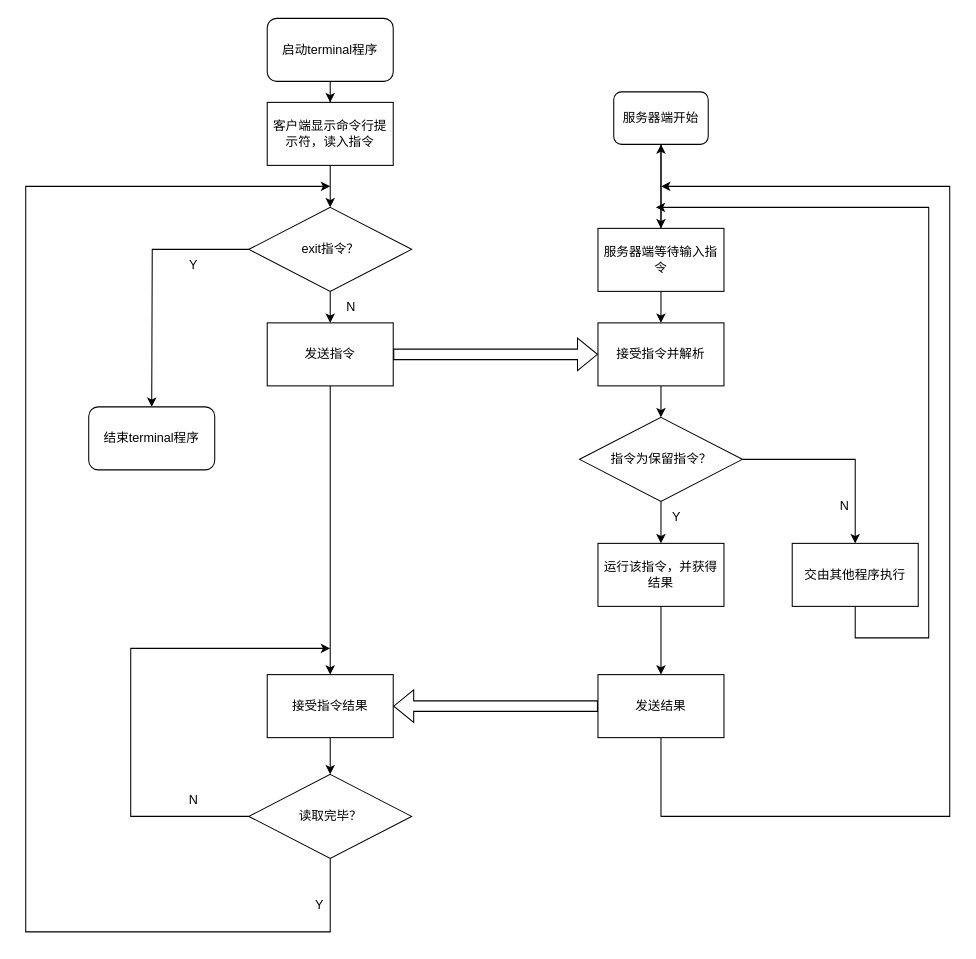
This is page "Terminal程序流程图" (3 of 6) of Task2.drawio from moui66744/NetDesign, a draw.io file, before an edit. Source tidied: cells renumbered, new cells numbered last; positions are measured from the earlier drawing's top-left corner, leaving out a move shared by most shapes. Both pictures are drawn from the tidied source at 105%, with x=0, y=0 at pixel (25, 18).
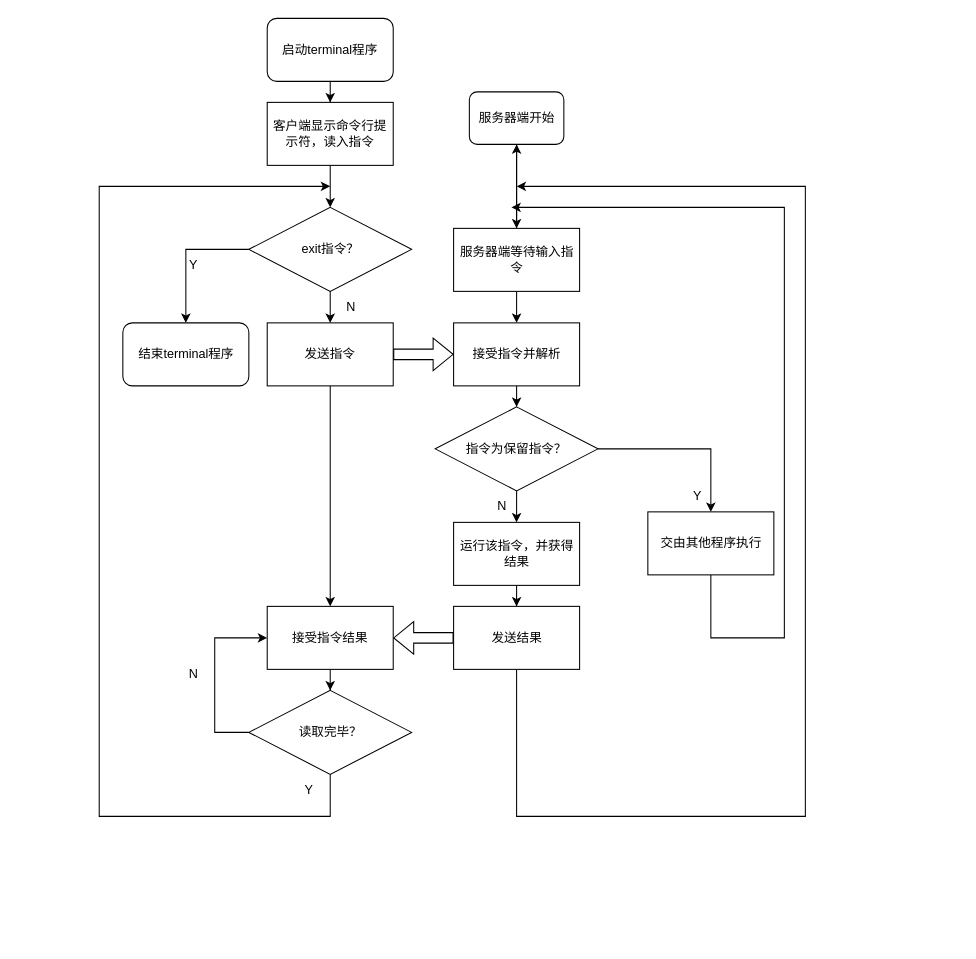
Above is the later version.

The change refers to these unchanged cells:
```xml
<mxCell id="35" value="exit指令？" style="rhombus;whiteSpace=wrap;html=1;" parent="1" vertex="1">
  <mxGeometry x="212.5" y="180" width="155" height="80" as="geometry" />
</mxCell>
```

Diff of the diagram source:
```diff
@@
     <mxCell id="7" value="服务器端开始" style="rounded=1;whiteSpace=wrap;html=1;" parent="1" vertex="1">
-      <mxGeometry x="560" y="70" width="90" height="50" as="geometry" />
+      <mxGeometry x="422.5" y="70" width="90" height="50" as="geometry" />
     </mxCell>
@@
     <mxCell id="12" value="服务器端等待输入指令" style="rounded=0;whiteSpace=wrap;html=1;" parent="1" vertex="1">
-      <mxGeometry x="545" y="200" width="120" height="60" as="geometry" />
+      <mxGeometry x="407.5" y="200" width="120" height="60" as="geometry" />
     </mxCell>
@@
     <mxCell id="14" value="接受指令并解析" style="rounded=0;whiteSpace=wrap;html=1;" parent="1" vertex="1">
-      <mxGeometry x="545" y="290" width="120" height="60" as="geometry" />
+      <mxGeometry x="407.5" y="290" width="120" height="60" as="geometry" />
     </mxCell>
@@
     <mxCell id="17" value="指令为保留指令？" style="rhombus;whiteSpace=wrap;html=1;" parent="1" vertex="1">
-      <mxGeometry x="527.5" y="380" width="155" height="80" as="geometry" />
+      <mxGeometry x="390" y="370" width="155" height="80" as="geometry" />
     </mxCell>
     <mxCell id="18" style="edgeStyle=orthogonalEdgeStyle;rounded=0;jettySize=auto;html=1;" parent="1" edge="1" source="19">
       <mxGeometry relative="1" as="geometry">
-        <mxPoint x="600" y="180" as="targetPoint" />
+        <mxPoint x="462.5" y="180" as="targetPoint" />
         <Array as="points">
-          <mxPoint x="790" y="590" />
-          <mxPoint x="860" y="590" />
-          <mxPoint x="860" y="180" />
+          <mxPoint x="652.5" y="590" />
+          <mxPoint x="722.5" y="590" />
+          <mxPoint x="722.5" y="180" />
         </Array>
       </mxGeometry>
     </mxCell>
     <mxCell id="19" value="交由其他程序执行" style="rounded=0;whiteSpace=wrap;html=1;" parent="1" vertex="1">
-      <mxGeometry x="730" y="500" width="120" height="60" as="geometry" />
+      <mxGeometry x="592.5" y="470" width="120" height="60" as="geometry" />
     </mxCell>
@@
     <mxCell id="21" value="运行该指令，并获得结果" style="rounded=0;whiteSpace=wrap;html=1;" parent="1" vertex="1">
-      <mxGeometry x="545" y="500" width="120" height="60" as="geometry" />
+      <mxGeometry x="407.5" y="480" width="120" height="60" as="geometry" />
     </mxCell>
     <mxCell id="22" value="N" style="text;html=1;strokeColor=none;fillColor=none;align=center;verticalAlign=middle;whiteSpace=wrap;rounded=0;" parent="1" vertex="1">
-      <mxGeometry x="750" y="450" width="60" height="30" as="geometry" />
+      <mxGeometry x="424" y="450" width="60" height="30" as="geometry" />
     </mxCell>
     <mxCell id="23" value="Y" style="text;html=1;strokeColor=none;fillColor=none;align=center;verticalAlign=middle;whiteSpace=wrap;rounded=0;" parent="1" vertex="1">
-      <mxGeometry x="590" y="460" width="60" height="30" as="geometry" />
+      <mxGeometry x="610" y="440" width="60" height="30" as="geometry" />
     </mxCell>
@@
     <mxCell id="25" value="接受指令结果" style="rounded=0;whiteSpace=wrap;html=1;" parent="1" vertex="1">
-      <mxGeometry x="230" y="625" width="120" height="60" as="geometry" />
+      <mxGeometry x="230" y="560" width="120" height="60" as="geometry" />
     </mxCell>
     <mxCell id="26" style="edgeStyle=orthogonalEdgeStyle;rounded=0;jettySize=auto;html=1;" parent="1" edge="1" source="27">
       <mxGeometry relative="1" as="geometry">
-        <mxPoint x="605" y="160" as="targetPoint" />
+        <mxPoint x="467.5" y="160" as="targetPoint" />
         <Array as="points">
-          <mxPoint x="605" y="760" />
-          <mxPoint x="880" y="760" />
-          <mxPoint x="880" y="160" />
+          <mxPoint x="467.5" y="760" />
+          <mxPoint x="742.5" y="760" />
+          <mxPoint x="742.5" y="160" />
         </Array>
       </mxGeometry>
     </mxCell>
     <mxCell id="27" value="发送结果" style="rounded=0;whiteSpace=wrap;html=1;" parent="1" vertex="1">
-      <mxGeometry x="545" y="625" width="120" height="60" as="geometry" />
+      <mxGeometry x="407.5" y="560" width="120" height="60" as="geometry" />
     </mxCell>
-    <mxCell id="28" style="edgeStyle=orthogonalEdgeStyle;rounded=0;jettySize=auto;html=1;" parent="1" edge="1" source="30">
+    <mxCell id="28" style="edgeStyle=orthogonalEdgeStyle;rounded=0;jettySize=auto;html=1;entryX=0;entryY=0.5;entryDx=0;entryDy=0;" parent="1" edge="1" source="30" target="25">
       <mxGeometry relative="1" as="geometry">
-        <mxPoint x="290" y="600" as="targetPoint" />
         <Array as="points">
-          <mxPoint x="100" y="760" />
-          <mxPoint x="100" y="600" />
-          <mxPoint x="290" y="600" />
+          <mxPoint x="180" y="680" />
+          <mxPoint x="180" y="590" />
         </Array>
       </mxGeometry>
     </mxCell>
     <mxCell id="29" style="edgeStyle=orthogonalEdgeStyle;rounded=0;jettySize=auto;html=1;" parent="1" edge="1" source="30">
       <mxGeometry relative="1" as="geometry">
         <mxPoint x="290" y="160" as="targetPoint" />
         <Array as="points">
-          <mxPoint x="290" y="870" />
-          <mxPoint y="870" />
-          <mxPoint y="160" />
+          <mxPoint x="290" y="760" />
+          <mxPoint x="70" y="760" />
+          <mxPoint x="70" y="160" />
         </Array>
       </mxGeometry>
     </mxCell>
     <mxCell id="30" value="读取完毕？" style="rhombus;whiteSpace=wrap;html=1;" parent="1" vertex="1">
-      <mxGeometry x="212.5" y="720" width="155" height="80" as="geometry" />
+      <mxGeometry x="212.5" y="640" width="155" height="80" as="geometry" />
     </mxCell>
@@
-    <mxCell id="33" style="edgeStyle=orthogonalEdgeStyle;rounded=0;jettySize=auto;html=1;" parent="1" edge="1" source="35">
+    <mxCell id="33" style="edgeStyle=orthogonalEdgeStyle;rounded=0;jettySize=auto;html=1;entryX=0.5;entryY=0;entryDx=0;entryDy=0;" parent="1" edge="1" source="35" target="36">
       <mxGeometry relative="1" as="geometry">
-        <mxPoint x="120" y="370" as="targetPoint" />
+        <Array as="points">
+          <mxPoint x="153" y="220" />
+        </Array>
       </mxGeometry>
     </mxCell>
@@
     <mxCell id="36" value="结束terminal程序" style="rounded=1;whiteSpace=wrap;html=1;" parent="1" vertex="1">
-      <mxGeometry x="60" y="370" width="120" height="60" as="geometry" />
+      <mxGeometry x="92.5" y="290" width="120" height="60" as="geometry" />
     </mxCell>
     <mxCell id="37" value="Y" style="text;html=1;strokeColor=none;fillColor=none;align=center;verticalAlign=middle;whiteSpace=wrap;rounded=0;" parent="1" vertex="1">
-      <mxGeometry x="250" y="830" width="60" height="30" as="geometry" />
+      <mxGeometry x="240" y="720" width="60" height="30" as="geometry" />
     </mxCell>
@@
     <mxCell id="40" value="N" style="text;html=1;strokeColor=none;fillColor=none;align=center;verticalAlign=middle;whiteSpace=wrap;rounded=0;" parent="1" vertex="1">
-      <mxGeometry x="130" y="730" width="60" height="30" as="geometry" />
+      <mxGeometry x="130" y="610" width="60" height="30" as="geometry" />
     </mxCell>
```
